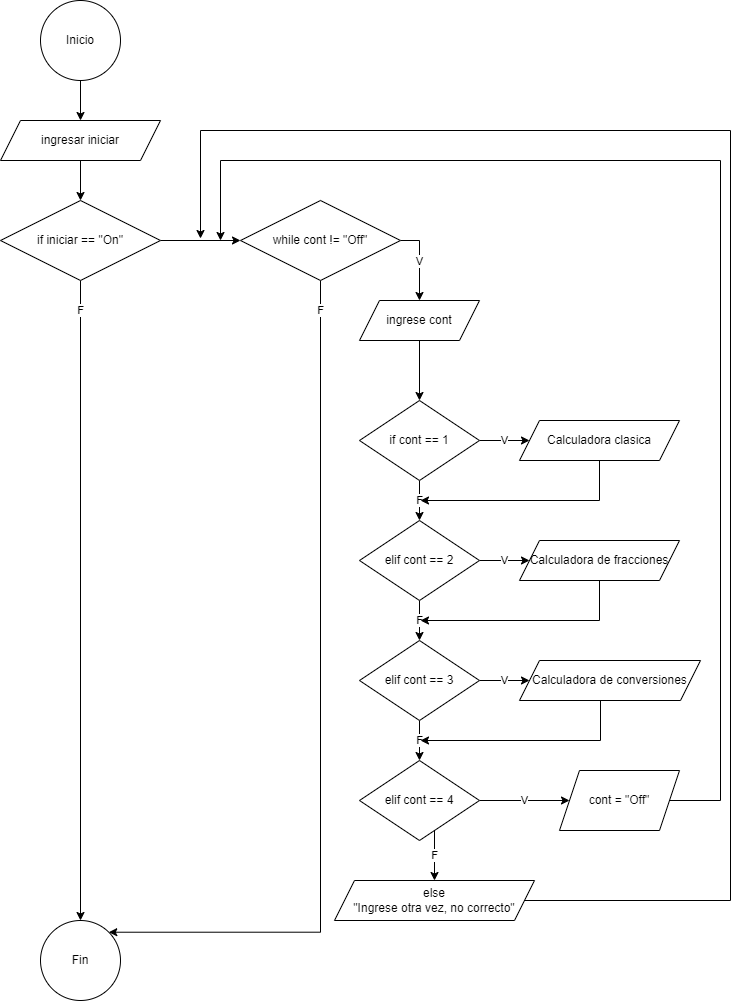
Earlier version of the draw.io export Diagramas/Diagrama menú.png (Shadwws/ESTEEE). Source tidied: cells renumbered, new cells last; positions are measured from the earlier drawing's top-left corner, leaving out a move shared by most shapes. Source of this version:
```xml
<mxGraphModel>
  <root>
    <mxCell id="0" />
    <mxCell id="1" parent="0" />
    <mxCell id="2" style="edgeStyle=orthogonalEdgeStyle;rounded=0;jettySize=auto;html=1;" parent="1" edge="1" source="3" target="5">
      <mxGeometry relative="1" as="geometry" />
    </mxCell>
    <mxCell id="3" value="Inicio" style="ellipse;whiteSpace=wrap;html=1;" parent="1" vertex="1">
      <mxGeometry x="40" width="80" height="80" as="geometry" />
    </mxCell>
    <mxCell id="4" style="edgeStyle=orthogonalEdgeStyle;rounded=0;jettySize=auto;html=1;" parent="1" edge="1" source="5" target="8">
      <mxGeometry relative="1" as="geometry" />
    </mxCell>
    <mxCell id="5" value="ingresar iniciar" style="shape=parallelogram;perimeter=parallelogramPerimeter;whiteSpace=wrap;html=1;fixedSize=1;" parent="1" vertex="1">
      <mxGeometry y="120" width="160" height="40" as="geometry" />
    </mxCell>
    <mxCell id="6" value="F" style="edgeStyle=orthogonalEdgeStyle;rounded=0;jettySize=auto;html=1;" parent="1" edge="1" source="8" target="9">
      <mxGeometry x="-0.91" relative="1" as="geometry" />
    </mxCell>
    <mxCell id="7" style="edgeStyle=orthogonalEdgeStyle;rounded=0;jettySize=auto;html=1;" parent="1" edge="1" source="8" target="34">
      <mxGeometry relative="1" as="geometry" />
    </mxCell>
    <mxCell id="8" value="if iniciar == &quot;On&quot;" style="rhombus;whiteSpace=wrap;html=1;" parent="1" vertex="1">
      <mxGeometry y="200" width="160" height="80" as="geometry" />
    </mxCell>
    <mxCell id="9" value="Fin" style="ellipse;whiteSpace=wrap;html=1;" parent="1" vertex="1">
      <mxGeometry x="40" y="920" width="80" height="80" as="geometry" />
    </mxCell>
    <mxCell id="10" style="edgeStyle=orthogonalEdgeStyle;rounded=0;jettySize=auto;html=1;" parent="1" edge="1" source="11" target="14">
      <mxGeometry relative="1" as="geometry" />
    </mxCell>
    <mxCell id="11" value="ingrese cont" style="shape=parallelogram;perimeter=parallelogramPerimeter;whiteSpace=wrap;html=1;fixedSize=1;" parent="1" vertex="1">
      <mxGeometry x="359" y="300" width="120" height="40" as="geometry" />
    </mxCell>
    <mxCell id="12" value="F" style="edgeStyle=orthogonalEdgeStyle;rounded=0;jettySize=auto;html=1;" parent="1" edge="1" source="14" target="17">
      <mxGeometry relative="1" as="geometry" />
    </mxCell>
    <mxCell id="13" value="V" style="edgeStyle=orthogonalEdgeStyle;rounded=0;jettySize=auto;html=1;" parent="1" edge="1" source="14" target="27">
      <mxGeometry relative="1" as="geometry" />
    </mxCell>
    <mxCell id="14" value="if cont == 1" style="rhombus;whiteSpace=wrap;html=1;" parent="1" vertex="1">
      <mxGeometry x="359" y="400" width="120" height="80" as="geometry" />
    </mxCell>
    <mxCell id="15" value="F" style="edgeStyle=orthogonalEdgeStyle;rounded=0;jettySize=auto;html=1;" parent="1" edge="1" source="17" target="20">
      <mxGeometry relative="1" as="geometry" />
    </mxCell>
    <mxCell id="16" value="V" style="edgeStyle=orthogonalEdgeStyle;rounded=0;jettySize=auto;html=1;" parent="1" edge="1" source="17" target="29">
      <mxGeometry relative="1" as="geometry" />
    </mxCell>
    <mxCell id="17" value="elif cont == 2" style="rhombus;whiteSpace=wrap;html=1;" parent="1" vertex="1">
      <mxGeometry x="359" y="520" width="120" height="80" as="geometry" />
    </mxCell>
    <mxCell id="18" value="F" style="edgeStyle=orthogonalEdgeStyle;rounded=0;jettySize=auto;html=1;" parent="1" edge="1" source="20" target="23">
      <mxGeometry relative="1" as="geometry" />
    </mxCell>
    <mxCell id="19" value="V" style="edgeStyle=orthogonalEdgeStyle;rounded=0;jettySize=auto;html=1;" parent="1" edge="1" source="20" target="31">
      <mxGeometry relative="1" as="geometry" />
    </mxCell>
    <mxCell id="20" value="elif cont == 3" style="rhombus;whiteSpace=wrap;html=1;" parent="1" vertex="1">
      <mxGeometry x="359" y="640" width="120" height="80" as="geometry" />
    </mxCell>
    <mxCell id="21" value="F" style="edgeStyle=orthogonalEdgeStyle;rounded=0;jettySize=auto;html=1;" parent="1" edge="1" source="23" target="25">
      <mxGeometry relative="1" as="geometry">
        <Array as="points">
          <mxPoint x="434" y="850" />
          <mxPoint x="434" y="850" />
        </Array>
      </mxGeometry>
    </mxCell>
    <mxCell id="22" value="V" style="edgeStyle=orthogonalEdgeStyle;rounded=0;jettySize=auto;html=1;" parent="1" edge="1" source="23" target="36">
      <mxGeometry relative="1" as="geometry" />
    </mxCell>
    <mxCell id="23" value="elif cont == 4" style="rhombus;whiteSpace=wrap;html=1;" parent="1" vertex="1">
      <mxGeometry x="359" y="760" width="120" height="80" as="geometry" />
    </mxCell>
    <mxCell id="24" style="edgeStyle=orthogonalEdgeStyle;rounded=0;jettySize=auto;html=1;" parent="1" edge="1" source="25">
      <mxGeometry relative="1" as="geometry">
        <mxPoint x="200" y="238" as="targetPoint" />
        <Array as="points">
          <mxPoint x="730" y="900" />
          <mxPoint x="730" y="130" />
          <mxPoint x="200" y="130" />
        </Array>
      </mxGeometry>
    </mxCell>
    <mxCell id="25" value="else&lt;br&gt;&quot;Ingrese otra vez, no correcto&quot;" style="shape=parallelogram;perimeter=parallelogramPerimeter;whiteSpace=wrap;html=1;fixedSize=1;" parent="1" vertex="1">
      <mxGeometry x="334" y="880" width="200" height="40" as="geometry" />
    </mxCell>
    <mxCell id="26" style="edgeStyle=orthogonalEdgeStyle;rounded=0;jettySize=auto;html=1;" parent="1" edge="1" source="27">
      <mxGeometry relative="1" as="geometry">
        <mxPoint x="420" y="500" as="targetPoint" />
        <Array as="points">
          <mxPoint x="599" y="500" />
        </Array>
      </mxGeometry>
    </mxCell>
    <mxCell id="27" value="Calculadora clasica" style="shape=parallelogram;perimeter=parallelogramPerimeter;whiteSpace=wrap;html=1;fixedSize=1;" parent="1" vertex="1">
      <mxGeometry x="519" y="420" width="160" height="40" as="geometry" />
    </mxCell>
    <mxCell id="28" style="edgeStyle=orthogonalEdgeStyle;rounded=0;jettySize=auto;html=1;" parent="1" edge="1" source="29">
      <mxGeometry relative="1" as="geometry">
        <mxPoint x="420" y="620" as="targetPoint" />
        <Array as="points">
          <mxPoint x="599" y="620" />
        </Array>
      </mxGeometry>
    </mxCell>
    <mxCell id="29" value="Calculadora de fracciones" style="shape=parallelogram;perimeter=parallelogramPerimeter;whiteSpace=wrap;html=1;fixedSize=1;" parent="1" vertex="1">
      <mxGeometry x="519" y="540" width="160" height="40" as="geometry" />
    </mxCell>
    <mxCell id="30" style="edgeStyle=orthogonalEdgeStyle;rounded=0;jettySize=auto;html=1;" parent="1" edge="1" source="31">
      <mxGeometry relative="1" as="geometry">
        <mxPoint x="420" y="740" as="targetPoint" />
        <Array as="points">
          <mxPoint x="600" y="740" />
        </Array>
      </mxGeometry>
    </mxCell>
    <mxCell id="31" value="Calculadora de conversiones" style="shape=parallelogram;perimeter=parallelogramPerimeter;whiteSpace=wrap;html=1;fixedSize=1;" parent="1" vertex="1">
      <mxGeometry x="519" y="660" width="181" height="40" as="geometry" />
    </mxCell>
    <mxCell id="32" value="V" style="edgeStyle=orthogonalEdgeStyle;rounded=0;jettySize=auto;html=1;entryX=0.5;entryY=0;entryDx=0;entryDy=0;" parent="1" edge="1" source="34" target="11">
      <mxGeometry relative="1" as="geometry">
        <Array as="points">
          <mxPoint x="419" y="240" />
        </Array>
      </mxGeometry>
    </mxCell>
    <mxCell id="33" value="F" style="edgeStyle=orthogonalEdgeStyle;rounded=0;jettySize=auto;html=1;entryX=1;entryY=0;entryDx=0;entryDy=0;" parent="1" edge="1" source="34" target="9">
      <mxGeometry x="-0.93" relative="1" as="geometry">
        <Array as="points">
          <mxPoint x="320" y="932" />
        </Array>
      </mxGeometry>
    </mxCell>
    <mxCell id="34" value="while cont != &quot;Off&quot;" style="rhombus;whiteSpace=wrap;html=1;" parent="1" vertex="1">
      <mxGeometry x="240" y="200" width="160" height="80" as="geometry" />
    </mxCell>
    <mxCell id="35" style="edgeStyle=orthogonalEdgeStyle;rounded=0;jettySize=auto;html=1;" parent="1" edge="1" source="36">
      <mxGeometry relative="1" as="geometry">
        <mxPoint x="220" y="240" as="targetPoint" />
        <Array as="points">
          <mxPoint x="720" y="800" />
          <mxPoint x="720" y="160" />
          <mxPoint x="220" y="160" />
          <mxPoint x="220" y="240" />
        </Array>
      </mxGeometry>
    </mxCell>
    <mxCell id="36" value="cont = &quot;Off&quot;" style="shape=parallelogram;perimeter=parallelogramPerimeter;whiteSpace=wrap;html=1;fixedSize=1;" parent="1" vertex="1">
      <mxGeometry x="559" y="770" width="120" height="60" as="geometry" />
    </mxCell>
  </root>
</mxGraphModel>
```
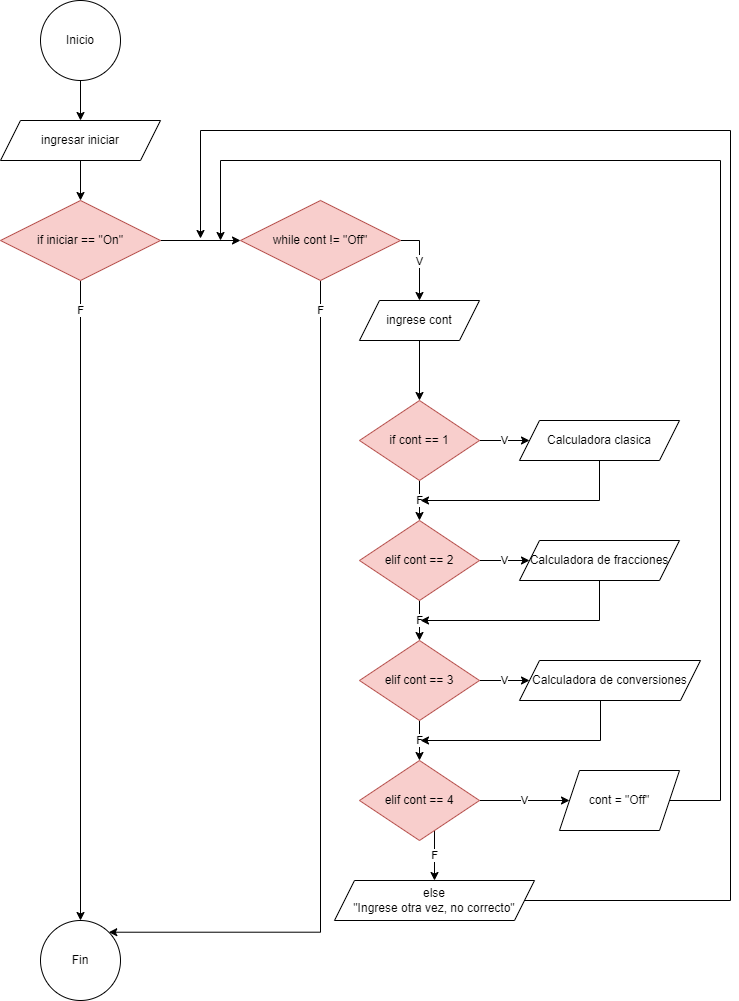
The same diagram one commit later.

Commit message:
Agregado un nuevo diagrama, correcciones en los nombres y pintadas las decisiones

Diff of the diagram source:
```diff
@@ -20,7 +20,7 @@
     <mxCell id="7" style="edgeStyle=orthogonalEdgeStyle;rounded=0;jettySize=auto;html=1;" parent="1" edge="1" source="8" target="34">
       <mxGeometry relative="1" as="geometry" />
     </mxCell>
-    <mxCell id="8" value="if iniciar == &quot;On&quot;" style="rhombus;whiteSpace=wrap;html=1;" parent="1" vertex="1">
+    <mxCell id="8" value="if iniciar == &quot;On&quot;" style="rhombus;whiteSpace=wrap;html=1;fillColor=#f8cecc;strokeColor=#b85450;" parent="1" vertex="1">
       <mxGeometry y="200" width="160" height="80" as="geometry" />
     </mxCell>
     <mxCell id="9" value="Fin" style="ellipse;whiteSpace=wrap;html=1;" parent="1" vertex="1">
@@ -38,7 +38,7 @@
     <mxCell id="13" value="V" style="edgeStyle=orthogonalEdgeStyle;rounded=0;jettySize=auto;html=1;" parent="1" edge="1" source="14" target="27">
       <mxGeometry relative="1" as="geometry" />
     </mxCell>
-    <mxCell id="14" value="if cont == 1" style="rhombus;whiteSpace=wrap;html=1;" parent="1" vertex="1">
+    <mxCell id="14" value="if cont == 1" style="rhombus;whiteSpace=wrap;html=1;fillColor=#f8cecc;strokeColor=#b85450;" parent="1" vertex="1">
       <mxGeometry x="359" y="400" width="120" height="80" as="geometry" />
     </mxCell>
     <mxCell id="15" value="F" style="edgeStyle=orthogonalEdgeStyle;rounded=0;jettySize=auto;html=1;" parent="1" edge="1" source="17" target="20">
@@ -47,7 +47,7 @@
     <mxCell id="16" value="V" style="edgeStyle=orthogonalEdgeStyle;rounded=0;jettySize=auto;html=1;" parent="1" edge="1" source="17" target="29">
       <mxGeometry relative="1" as="geometry" />
     </mxCell>
-    <mxCell id="17" value="elif cont == 2" style="rhombus;whiteSpace=wrap;html=1;" parent="1" vertex="1">
+    <mxCell id="17" value="elif cont == 2" style="rhombus;whiteSpace=wrap;html=1;fillColor=#f8cecc;strokeColor=#b85450;" parent="1" vertex="1">
       <mxGeometry x="359" y="520" width="120" height="80" as="geometry" />
     </mxCell>
     <mxCell id="18" value="F" style="edgeStyle=orthogonalEdgeStyle;rounded=0;jettySize=auto;html=1;" parent="1" edge="1" source="20" target="23">
@@ -56,7 +56,7 @@
     <mxCell id="19" value="V" style="edgeStyle=orthogonalEdgeStyle;rounded=0;jettySize=auto;html=1;" parent="1" edge="1" source="20" target="31">
       <mxGeometry relative="1" as="geometry" />
     </mxCell>
-    <mxCell id="20" value="elif cont == 3" style="rhombus;whiteSpace=wrap;html=1;" parent="1" vertex="1">
+    <mxCell id="20" value="elif cont == 3" style="rhombus;whiteSpace=wrap;html=1;fillColor=#f8cecc;strokeColor=#b85450;" parent="1" vertex="1">
       <mxGeometry x="359" y="640" width="120" height="80" as="geometry" />
     </mxCell>
     <mxCell id="21" value="F" style="edgeStyle=orthogonalEdgeStyle;rounded=0;jettySize=auto;html=1;" parent="1" edge="1" source="23" target="25">
@@ -70,7 +70,7 @@
     <mxCell id="22" value="V" style="edgeStyle=orthogonalEdgeStyle;rounded=0;jettySize=auto;html=1;" parent="1" edge="1" source="23" target="36">
       <mxGeometry relative="1" as="geometry" />
     </mxCell>
-    <mxCell id="23" value="elif cont == 4" style="rhombus;whiteSpace=wrap;html=1;" parent="1" vertex="1">
+    <mxCell id="23" value="elif cont == 4" style="rhombus;whiteSpace=wrap;html=1;fillColor=#f8cecc;strokeColor=#b85450;" parent="1" vertex="1">
       <mxGeometry x="359" y="760" width="120" height="80" as="geometry" />
     </mxCell>
     <mxCell id="24" style="edgeStyle=orthogonalEdgeStyle;rounded=0;jettySize=auto;html=1;" parent="1" edge="1" source="25">
@@ -133,7 +133,7 @@
         </Array>
       </mxGeometry>
     </mxCell>
-    <mxCell id="34" value="while cont != &quot;Off&quot;" style="rhombus;whiteSpace=wrap;html=1;" parent="1" vertex="1">
+    <mxCell id="34" value="while cont != &quot;Off&quot;" style="rhombus;whiteSpace=wrap;html=1;fillColor=#f8cecc;strokeColor=#b85450;" parent="1" vertex="1">
       <mxGeometry x="240" y="200" width="160" height="80" as="geometry" />
     </mxCell>
     <mxCell id="35" style="edgeStyle=orthogonalEdgeStyle;rounded=0;jettySize=auto;html=1;" parent="1" edge="1" source="36">
```
